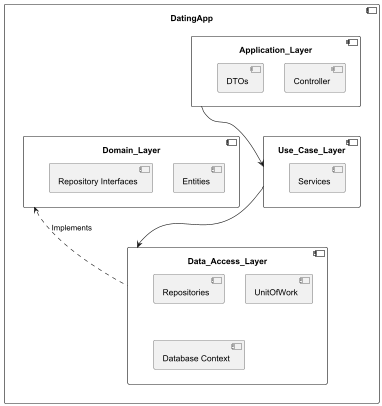
Above: docs/imgs/overview_architecture.png in tammysensitive2312/Tinder-Dating-App-_IT4409 (PlantUML), before the change. The source it was exported from:
```plantuml
@startuml overview architecture
component DatingApp {
    component Application_Layer {
        [Controller]
        [DTOs]
    }

    component Use_Case_Layer {
        [Services]
    }

    component Data_Access_Layer {
        [Repositories]
        [UnitOfWork]
        [Database Context]
    }

    component Domain_Layer {
        [Entities]
        [Repository Interfaces]
    }

    Application_Layer --> Use_Case_Layer
    Use_Case_Layer --> Data_Access_Layer
    Domain_Layer <.. Data_Access_Layer : Implements
}
@enduml
```
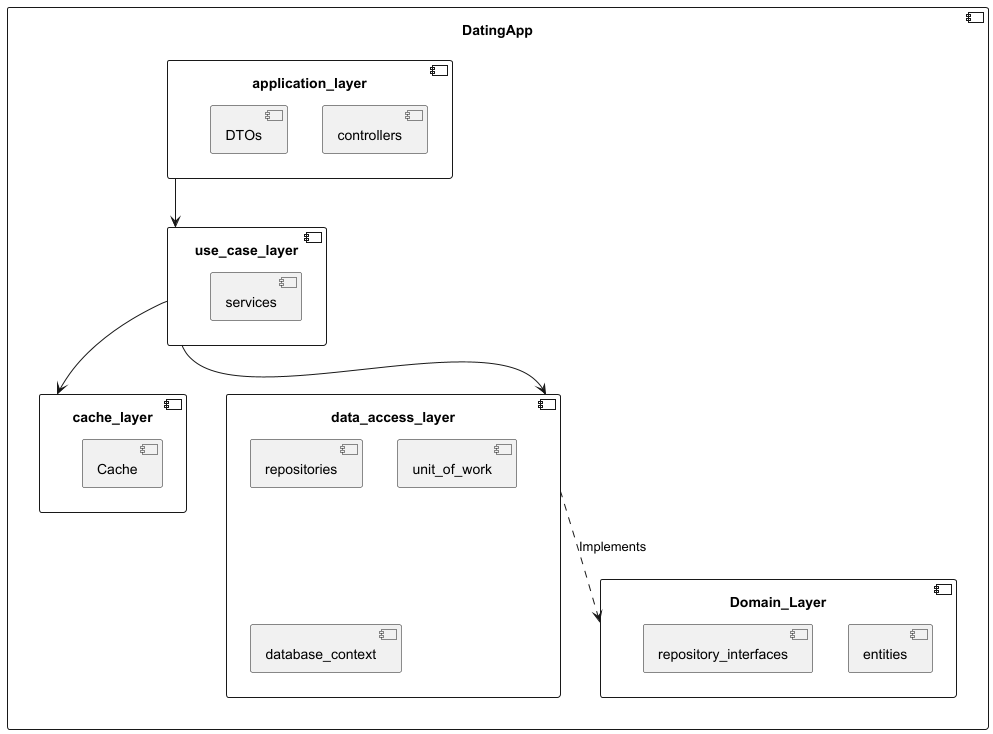
Later version of the same file.

Diff of the diagram source:
```diff
@@ -1,27 +1,32 @@
 @startuml overview architecture
 component DatingApp {
-    component Application_Layer {
-        [Controller]
+    component application_layer {
+        [controllers]
         [DTOs]
     }
 
-    component Use_Case_Layer {
-        [Services]
+    component use_case_layer {
+         [services]
     }
 
-    component Data_Access_Layer {
-        [Repositories]
-        [UnitOfWork]
-        [Database Context]
+    component cache_layer {
+        [Cache]
+    }
+
+    component data_access_layer {
+        [repositories]
+        [unit_of_work]
+        [database_context]
     }
 
     component Domain_Layer {
-        [Entities]
-        [Repository Interfaces]
+        [entities]
+        [repository_interfaces]
     }
 
-    Application_Layer --> Use_Case_Layer
-    Use_Case_Layer --> Data_Access_Layer
-    Domain_Layer <.. Data_Access_Layer : Implements
+    application_layer --> use_case_layer
+    use_case_layer --> data_access_layer
+    use_case_layer --> cache_layer
+    data_access_layer ..> Domain_Layer : Implements
 }
 @enduml
```
